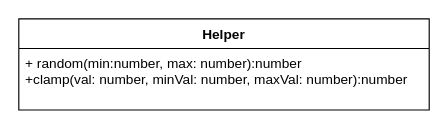
Before: docs/design/Untitled Diagram.drawio in svijaykoushik/sengal-psyco, a draw.io diagram. Source tidied: cells renumbered, new cells numbered last; positions are measured from the earlier drawing's top-left corner, leaving out a move shared by most shapes. Both pictures are drawn from the tidied source at 114%, with x=0, y=0 at pixel (18, 18).
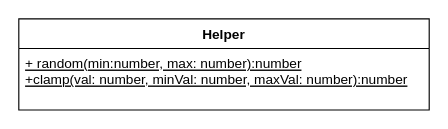
Above is the later version.

The edit, as a diff of the source:
```diff
@@
 <mxGraphModel>
   <root>
     <mxCell id="0" />
     <mxCell id="1" parent="0" />
     <mxCell id="2" value="Helper" style="swimlane;fontStyle=1;align=center;verticalAlign=top;horizontal=1;startSize=26;" parent="1" vertex="1">
       <mxGeometry width="360" height="80" as="geometry" />
     </mxCell>
-    <mxCell id="3" value="+ random(min:number, max: number):number&#10;+clamp(val: number, minVal: number, maxVal: number):number" style="text;strokeColor=none;fillColor=none;align=left;verticalAlign=top;spacingLeft=4;spacingRight=4;overflow=hidden;" parent="2" vertex="1">
+    <mxCell id="3" value="+ random(min:number, max: number):number&#10;+clamp(val: number, minVal: number, maxVal: number):number" style="text;strokeColor=none;fillColor=none;align=left;verticalAlign=top;spacingLeft=4;spacingRight=4;overflow=hidden;fontStyle=4;" parent="2" vertex="1">
       <mxGeometry y="26" width="360" height="54" as="geometry" />
     </mxCell>
   </root>
 </mxGraphModel>
```
